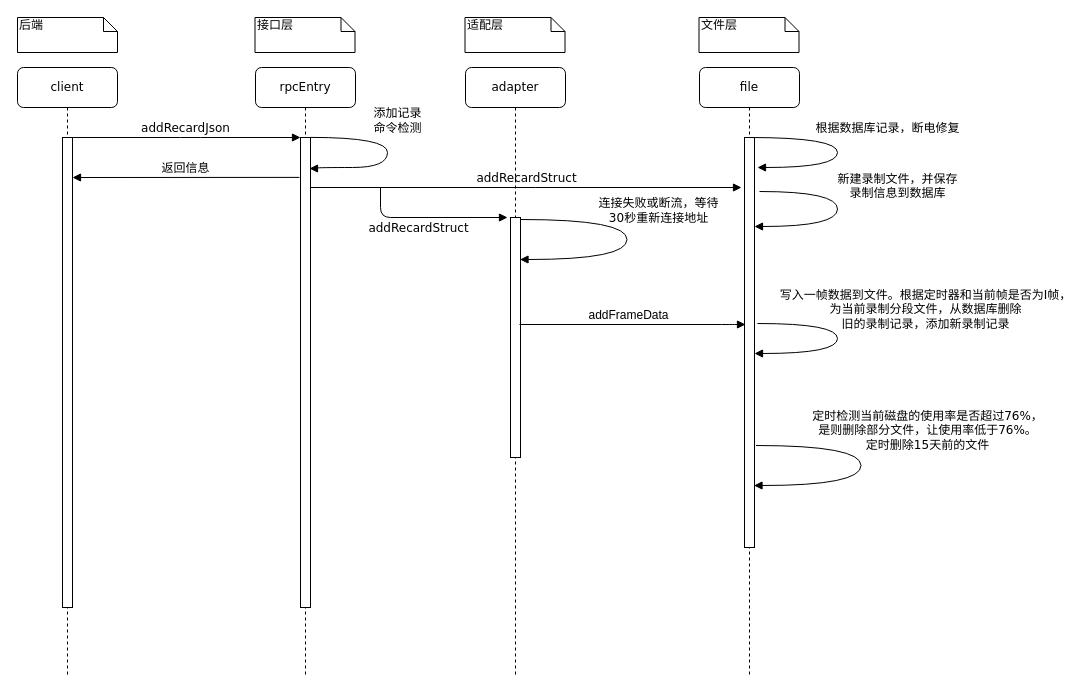
Earlier version of the draw.io diagram lookUpLessonSequenceDiagram.drawio (huangPeiLc/drawio). Source tidied: cells renumbered, new cells numbered last; positions are measured from the earlier drawing's top-left corner, leaving out a move shared by most shapes. Both pictures are drawn from the tidied source at 100%, with x=0, y=0 at pixel (17, 17).
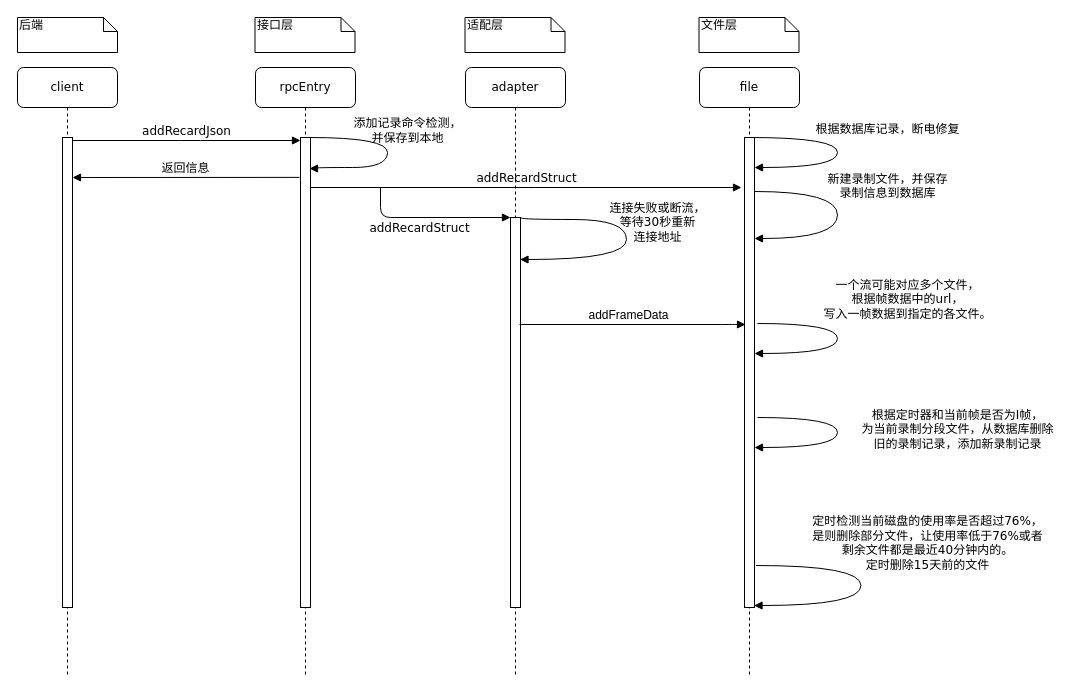
After the change.

Unchanged cells that the change refers to:
```xml
<mxCell id="2" value="adapter" style="shape=umlLifeline;perimeter=lifelinePerimeter;whiteSpace=wrap;html=1;rounded=1;shadow=0;comic=0;labelBackgroundColor=none;strokeColor=#000000;strokeWidth=1;fillColor=#FFFFFF;fontFamily=Verdana;fontSize=12;fontColor=#000000;align=center;" parent="1" vertex="1">
  <mxGeometry x="448" y="50" width="100" height="610" as="geometry" />
</mxCell>
<mxCell id="4" value="file" style="shape=umlLifeline;perimeter=lifelinePerimeter;whiteSpace=wrap;html=1;rounded=1;shadow=0;comic=0;labelBackgroundColor=none;strokeColor=#000000;strokeWidth=1;fillColor=#FFFFFF;fontFamily=Verdana;fontSize=12;fontColor=#000000;align=center;" parent="1" vertex="1">
  <mxGeometry x="682" y="50" width="100" height="610" as="geometry" />
</mxCell>
<mxCell id="14" style="html=1;points=[];perimeter=orthogonalPerimeter;rounded=0;shadow=0;comic=0;labelBackgroundColor=none;strokeColor=#000000;strokeWidth=1;fillColor=#FFFFFF;fontFamily=Verdana;fontSize=12;fontColor=#000000;align=center;" parent="13" vertex="1">
  <mxGeometry x="45" y="70" width="10" height="470" as="geometry" />
</mxCell>
```

What changed in the source:
```diff
@@
     <mxCell id="3" style="html=1;points=[];perimeter=orthogonalPerimeter;rounded=0;shadow=0;comic=0;labelBackgroundColor=none;strokeColor=#000000;strokeWidth=1;fillColor=#FFFFFF;fontFamily=Verdana;fontSize=12;fontColor=#000000;align=center;" parent="2" vertex="1">
-      <mxGeometry x="45" y="150" width="10" height="240" as="geometry" />
+      <mxGeometry x="45" y="150" width="10" height="390" as="geometry" />
     </mxCell>
@@
     <mxCell id="5" style="html=1;points=[];perimeter=orthogonalPerimeter;rounded=0;shadow=0;comic=0;labelBackgroundColor=none;strokeColor=#000000;strokeWidth=1;fillColor=#FFFFFF;fontFamily=Verdana;fontSize=12;fontColor=#000000;align=center;" parent="4" vertex="1">
-      <mxGeometry x="45" y="70" width="10" height="410" as="geometry" />
+      <mxGeometry x="45" y="70" width="10" height="470" as="geometry" />
     </mxCell>
-    <mxCell id="6" value="&lt;div&gt;新建录制文件，并保存&lt;/div&gt;&lt;div&gt;录制信息到数据库&lt;/div&gt;&lt;div&gt;&lt;br&gt;&lt;/div&gt;" style="html=1;verticalAlign=bottom;endArrow=block;labelBackgroundColor=none;fontFamily=Verdana;fontSize=12;elbow=vertical;edgeStyle=orthogonalEdgeStyle;curved=1;exitX=1.5;exitY=0.11;exitDx=0;exitDy=0;exitPerimeter=0;" parent="4" edge="1">
-      <mxGeometry x="0.15" y="-61" relative="1" as="geometry">
-        <mxPoint x="60" y="124" as="sourcePoint" />
-        <mxPoint x="55" y="159" as="targetPoint" />
+    <mxCell id="6" value="&lt;div&gt;新建录制文件，并保存&lt;/div&gt;&lt;div&gt;录制信息到数据库&lt;/div&gt;&lt;div&gt;&lt;br&gt;&lt;/div&gt;" style="html=1;verticalAlign=bottom;endArrow=block;labelBackgroundColor=none;fontFamily=Verdana;fontSize=12;elbow=vertical;edgeStyle=orthogonalEdgeStyle;curved=1;" parent="4" edge="1">
+      <mxGeometry x="0.22" y="-54" relative="1" as="geometry">
+        <mxPoint x="55" y="124" as="sourcePoint" />
+        <mxPoint x="55" y="171" as="targetPoint" />
         <Array as="points">
           <mxPoint x="138" y="124" />
-          <mxPoint x="138" y="159" />
+          <mxPoint x="138" y="171" />
         </Array>
-        <mxPoint x="60" y="52" as="offset" />
+        <mxPoint x="50" y="33" as="offset" />
       </mxGeometry>
     </mxCell>
@@
-    <mxCell id="16" value="addRecardJson" style="html=1;verticalAlign=bottom;endArrow=block;labelBackgroundColor=none;fontFamily=Verdana;fontSize=12;edgeStyle=elbowEdgeStyle;elbow=vertical;" parent="1" edge="1">
+    <mxCell id="16" value="addRecardJson" style="html=1;verticalAlign=bottom;endArrow=block;labelBackgroundColor=none;fontFamily=Verdana;fontSize=12;edgeStyle=elbowEdgeStyle;elbow=vertical;" parent="1" edge="1" source="14">
       <mxGeometry relative="1" as="geometry">
-        <mxPoint x="52" y="120" as="sourcePoint" />
-        <mxPoint x="283" y="120" as="targetPoint" />
+        <mxPoint x="283" y="123" as="targetPoint" />
         <Array as="points">
-          <mxPoint x="173" y="120" />
+          <mxPoint x="173" y="123" />
         </Array>
       </mxGeometry>
     </mxCell>
-    <mxCell id="17" value="根据数据库记录，断电修复" style="html=1;verticalAlign=bottom;endArrow=block;labelBackgroundColor=none;fontFamily=Verdana;fontSize=12;elbow=vertical;edgeStyle=orthogonalEdgeStyle;curved=1;" parent="1" edge="1">
+    <mxCell id="17" value="根据数据库记录，断电修复" style="html=1;verticalAlign=bottom;endArrow=block;labelBackgroundColor=none;fontFamily=Verdana;fontSize=12;elbow=vertical;edgeStyle=orthogonalEdgeStyle;curved=1;" parent="1" edge="1" target="5">
       <mxGeometry x="-0.11" y="50" relative="1" as="geometry">
         <mxPoint x="732" y="120" as="sourcePoint" />
-        <mxPoint x="740" y="150" as="targetPoint" />
         <Array as="points">
           <mxPoint x="820" y="120" />
           <mxPoint x="820" y="150" />
-          <mxPoint x="740" y="150" />
         </Array>
       </mxGeometry>
     </mxCell>
-    <mxCell id="18" value="&lt;div&gt;写入一帧数据到文件。根据定时器和当前帧是否为I帧，&lt;/div&gt;&lt;div&gt;为当前录制分段文件，从数据库删除&lt;/div&gt;&lt;div&gt;旧的录制记录，添加新录制记录&lt;br&gt;&lt;/div&gt;" style="html=1;verticalAlign=bottom;endArrow=block;labelBackgroundColor=none;fontFamily=Verdana;fontSize=12;elbow=vertical;edgeStyle=orthogonalEdgeStyle;curved=1;" parent="1" edge="1">
-      <mxGeometry x="0.16" y="-92" relative="1" as="geometry">
+    <mxCell id="18" value="&lt;div&gt;一个流可能对应多个文件，&lt;/div&gt;&lt;div&gt;根据帧数据中的url，&lt;/div&gt;&lt;div&gt;写入一帧数据到指定的各文件。&lt;/div&gt;" style="html=1;verticalAlign=bottom;endArrow=block;labelBackgroundColor=none;fontFamily=Verdana;fontSize=12;elbow=vertical;edgeStyle=orthogonalEdgeStyle;curved=1;" parent="1" edge="1">
+      <mxGeometry x="-0.17" y="70" relative="1" as="geometry">
         <mxPoint x="740" y="306" as="sourcePoint" />
         <mxPoint x="737" y="336" as="targetPoint" />
         <Array as="points">
           <mxPoint x="820" y="306" />
           <mxPoint x="820" y="336" />
         </Array>
-        <mxPoint x="90" y="72" as="offset" />
       </mxGeometry>
     </mxCell>
-    <mxCell id="19" value="&lt;div&gt;连接失败或断流，等待&lt;/div&gt;&lt;div&gt;30秒重新连接地址&lt;/div&gt;" style="html=1;verticalAlign=bottom;endArrow=block;labelBackgroundColor=none;fontFamily=Verdana;fontSize=12;elbow=vertical;edgeStyle=orthogonalEdgeStyle;curved=1;" parent="1" edge="1">
-      <mxGeometry x="-0.16" y="-32" relative="1" as="geometry">
-        <mxPoint x="503.5" y="202" as="sourcePoint" />
+    <mxCell id="19" value="&lt;div&gt;连接失败或断流，&lt;/div&gt;&lt;div&gt;等待30秒重新&lt;/div&gt;&lt;div&gt;连接地址&lt;/div&gt;" style="html=1;verticalAlign=bottom;endArrow=block;labelBackgroundColor=none;fontFamily=Verdana;fontSize=12;elbow=vertical;edgeStyle=orthogonalEdgeStyle;curved=1;exitX=1.068;exitY=0.001;exitDx=0;exitDy=0;exitPerimeter=0;" parent="1" edge="1" source="3">
+      <mxGeometry x="0.06" y="31" relative="1" as="geometry">
         <mxPoint x="502.5" y="242" as="targetPoint" />
         <Array as="points">
-          <mxPoint x="609.5" y="202" />
-          <mxPoint x="609.5" y="242" />
+          <mxPoint x="504" y="202" />
+          <mxPoint x="609" y="202" />
+          <mxPoint x="609" y="242" />
         </Array>
-        <mxPoint x="63" y="8" as="offset" />
       </mxGeometry>
     </mxCell>
-    <mxCell id="20" value="&lt;div&gt;定时检测当前磁盘的使用率是否超过76%，&lt;/div&gt;&lt;div&gt;是则删除部分文件，让使用率低于76%。&lt;/div&gt;&lt;div&gt;定时删除15天前的文件&lt;br&gt;&lt;/div&gt;" style="html=1;verticalAlign=bottom;endArrow=block;labelBackgroundColor=none;fontFamily=Verdana;fontSize=12;elbow=vertical;edgeStyle=orthogonalEdgeStyle;curved=1;" parent="1" edge="1">
+    <mxCell id="20" value="&lt;div&gt;定时检测当前磁盘的使用率是否超过76%，&lt;/div&gt;&lt;div&gt;是则删除部分文件，让使用率低于76%或者&lt;/div&gt;&lt;div&gt;剩余文件都是最近40分钟内的。&lt;/div&gt;&lt;div&gt;定时删除15天前的文件&lt;br&gt;&lt;/div&gt;" style="html=1;verticalAlign=bottom;endArrow=block;labelBackgroundColor=none;fontFamily=Verdana;fontSize=12;elbow=vertical;edgeStyle=orthogonalEdgeStyle;curved=1;" parent="1" edge="1">
       <mxGeometry x="-0.17" y="-67" relative="1" as="geometry">
-        <mxPoint x="738.5" y="428" as="sourcePoint" />
-        <mxPoint x="736.5" y="468" as="targetPoint" />
+        <mxPoint x="738.5" y="548" as="sourcePoint" />
+        <mxPoint x="736.5" y="588" as="targetPoint" />
         <Array as="points">
-          <mxPoint x="843.5" y="428" />
-          <mxPoint x="843.5" y="468" />
+          <mxPoint x="843.5" y="548" />
+          <mxPoint x="843.5" y="588" />
         </Array>
         <mxPoint x="133" y="9" as="offset" />
       </mxGeometry>
     </mxCell>
-    <mxCell id="21" value="addRecardStruct" style="html=1;verticalAlign=bottom;endArrow=block;labelBackgroundColor=none;fontFamily=Verdana;fontSize=12;edgeStyle=elbowEdgeStyle;elbow=vertical;" parent="1" edge="1">
+    <mxCell id="21" value="addRecardStruct" style="html=1;verticalAlign=bottom;endArrow=block;labelBackgroundColor=none;fontFamily=Verdana;fontSize=12;edgeStyle=elbowEdgeStyle;elbow=vertical;" parent="1" edge="1" target="3">
       <mxGeometry x="-0.14" y="-20" relative="1" as="geometry">
         <mxPoint x="363" y="170" as="sourcePoint" />
-        <mxPoint x="490" y="200" as="targetPoint" />
         <Array as="points">
           <mxPoint x="420" y="200" />
         </Array>
       </mxGeometry>
     </mxCell>
@@
-    <mxCell id="24" value="&lt;div&gt;添加记录&lt;/div&gt;&lt;div&gt;命令检测&lt;/div&gt;" style="html=1;verticalAlign=bottom;endArrow=block;labelBackgroundColor=none;fontFamily=Verdana;fontSize=12;elbow=vertical;edgeStyle=orthogonalEdgeStyle;curved=1;" parent="1" edge="1">
-      <mxGeometry x="-0.17" y="10" relative="1" as="geometry">
-        <mxPoint x="292.8" y="119.9" as="sourcePoint" />
+    <mxCell id="24" value="&lt;div&gt;添加记录命令检测，&lt;/div&gt;&lt;div&gt;并保存到本地&lt;/div&gt;" style="html=1;verticalAlign=bottom;endArrow=block;labelBackgroundColor=none;fontFamily=Verdana;fontSize=12;elbow=vertical;edgeStyle=orthogonalEdgeStyle;curved=1;" parent="1" edge="1">
+      <mxGeometry x="-0.17" y="-22" relative="1" as="geometry">
+        <mxPoint x="292" y="120" as="sourcePoint" />
         <mxPoint x="292" y="151" as="targetPoint" />
         <Array as="points">
           <mxPoint x="370" y="120" />
           <mxPoint x="370" y="150" />
           <mxPoint x="300" y="150" />
           <mxPoint x="300" y="151" />
           <mxPoint x="292" y="151" />
         </Array>
+        <mxPoint x="42" y="10" as="offset" />
       </mxGeometry>
     </mxCell>
@@
+    <mxCell id="26" value="&lt;div&gt;根据定时器和当前帧是否为I帧，&lt;/div&gt;&lt;div&gt;为当前录制分段文件，从数据库删除&lt;/div&gt;&lt;div&gt;旧的录制记录，添加新录制记录&lt;br&gt;&lt;/div&gt;" style="html=1;verticalAlign=bottom;endArrow=block;labelBackgroundColor=none;fontFamily=Verdana;fontSize=12;elbow=vertical;edgeStyle=orthogonalEdgeStyle;curved=1;" parent="1" edge="1">
+      <mxGeometry x="0.14" y="120" relative="1" as="geometry">
+        <mxPoint x="740" y="400" as="sourcePoint" />
+        <mxPoint x="737" y="430" as="targetPoint" />
+        <Array as="points">
+          <mxPoint x="820" y="400" />
+          <mxPoint x="820" y="430" />
+        </Array>
+        <mxPoint x="120" y="-114" as="offset" />
+      </mxGeometry>
+    </mxCell>
```
